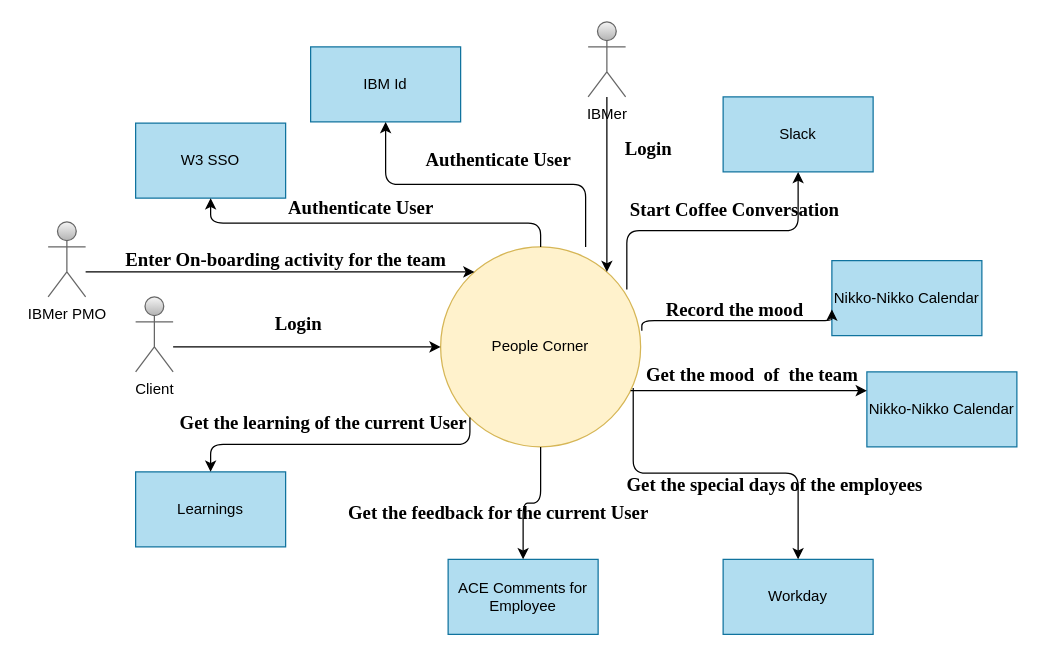
Before: System_Context.drawio in bhagyaravi/knative-ocp-3.11, a draw.io diagram. Source tidied: cells renumbered, new cells numbered last; positions are measured from the earlier drawing's top-left corner, leaving out a move shared by most shapes. Both pictures are drawn from the tidied source at 125%, with x=0, y=0 at pixel (48, 21).
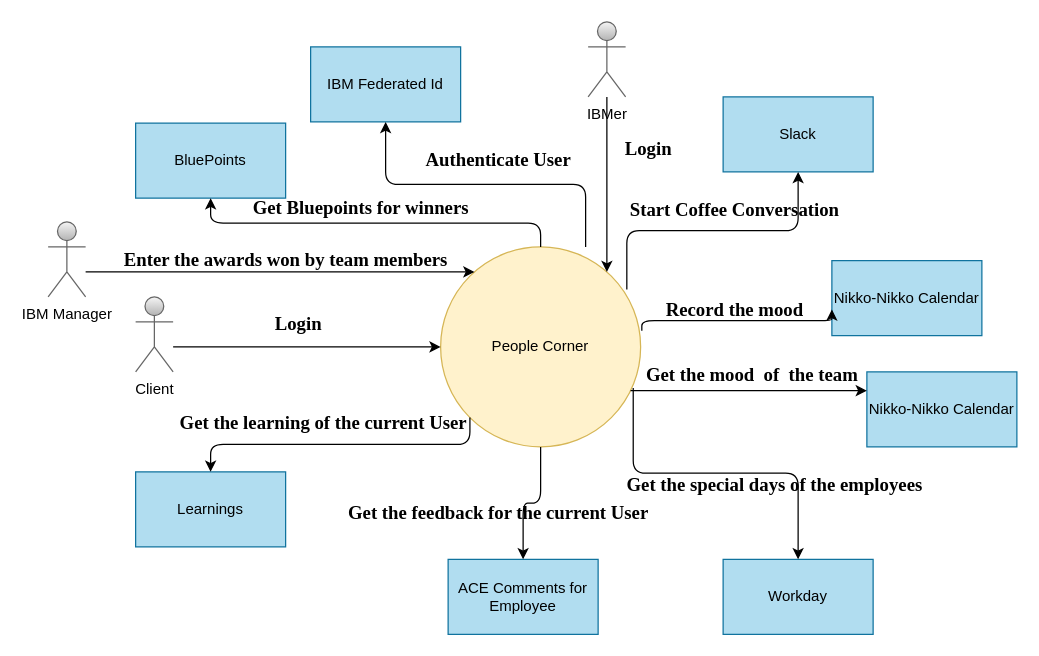
After the change.

Change to the diagram source:
```diff
@@
-    <mxCell id="3" value="W3 SSO" style="rounded=0;whiteSpace=wrap;html=1;fillColor=#b1ddf0;strokeColor=#10739e;" parent="1" vertex="1">
+    <mxCell id="3" value="BluePoints" style="rounded=0;whiteSpace=wrap;html=1;fillColor=#b1ddf0;strokeColor=#10739e;" parent="1" vertex="1">
       <mxGeometry x="70" y="81" width="120" height="60" as="geometry" />
     </mxCell>
@@
-    <mxCell id="10" value="IBM Id" style="rounded=0;whiteSpace=wrap;html=1;fillColor=#b1ddf0;strokeColor=#10739e;" parent="1" vertex="1">
+    <mxCell id="10" value="IBM Federated Id" style="rounded=0;whiteSpace=wrap;html=1;fillColor=#b1ddf0;strokeColor=#10739e;" parent="1" vertex="1">
       <mxGeometry x="210" y="20" width="120" height="60" as="geometry" />
     </mxCell>
@@
-    <mxCell id="23" value="Authenticate User" style="text;strokeColor=none;fillColor=none;html=1;fontSize=15;fontStyle=1;verticalAlign=middle;align=center;fontFamily=Times New Roman;" parent="1" vertex="1">
+    <mxCell id="23" value="Get Bluepoints for winners" style="text;strokeColor=none;fillColor=none;html=1;fontSize=15;fontStyle=1;verticalAlign=middle;align=center;fontFamily=Times New Roman;" parent="1" vertex="1">
       <mxGeometry x="200" y="128" width="100" height="40" as="geometry" />
     </mxCell>
@@
-    <mxCell id="33" value="IBMer PMO" style="shape=umlActor;verticalLabelPosition=bottom;verticalAlign=top;html=1;outlineConnect=0;gradientColor=#b3b3b3;fillColor=#f5f5f5;strokeColor=#666666;" parent="1" vertex="1">
+    <mxCell id="33" value="IBM Manager" style="shape=umlActor;verticalLabelPosition=bottom;verticalAlign=top;html=1;outlineConnect=0;gradientColor=#b3b3b3;fillColor=#f5f5f5;strokeColor=#666666;" parent="1" vertex="1">
       <mxGeometry y="160" width="30" height="60" as="geometry" />
     </mxCell>
@@
-    <mxCell id="35" value="Enter On-boarding activity for the team" style="text;strokeColor=none;fillColor=none;html=1;fontSize=15;fontStyle=1;verticalAlign=middle;align=center;fontFamily=Times New Roman;" parent="1" vertex="1">
+    <mxCell id="35" value="Enter the awards won by team members" style="text;strokeColor=none;fillColor=none;html=1;fontSize=15;fontStyle=1;verticalAlign=middle;align=center;fontFamily=Times New Roman;" parent="1" vertex="1">
       <mxGeometry x="140" y="170" width="100" height="40" as="geometry" />
     </mxCell>
```
